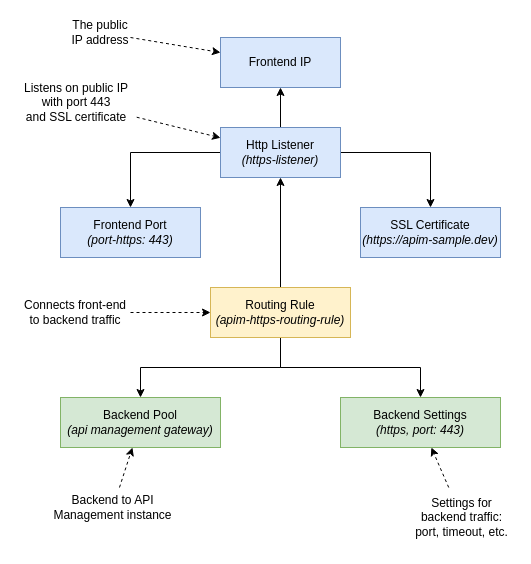
This is page "app-gateway-https-listener" (2 of 3) of static/images/apim-client-certificate-series/02-validate-client-certificate-in-apim-behind-agw/diagrams.drawio from ronaldbosma/blog, a draw.io file, before an edit. Source tidied: cells renumbered, new cells numbered last; positions are measured from the earlier drawing's top-left corner, leaving out a move shared by most shapes. Both pictures are drawn from the tidied source at 100%, with x=0, y=0 at pixel (16, 17).
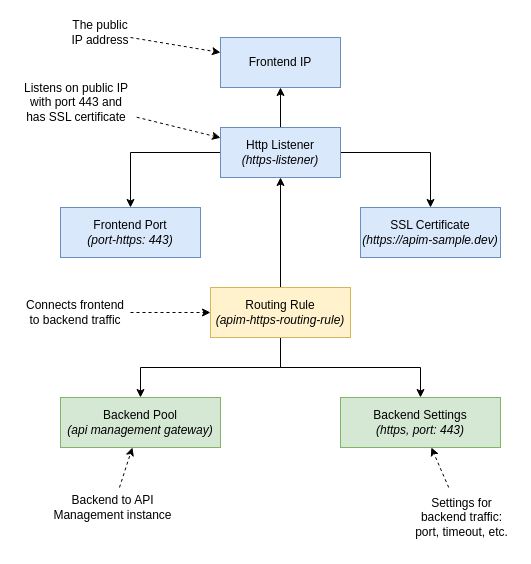
The same page after the edit.

Diff of the diagram source:
```diff
@@
-    <mxCell id="16" value="Listens on public IP with port 443 &lt;br&gt;and SSL certificate" style="text;html=1;strokeColor=none;fillColor=none;align=center;verticalAlign=middle;whiteSpace=wrap;rounded=0;" parent="1" vertex="1">
+    <mxCell id="16" value="Listens on public IP with port 443 and &lt;br&gt;has SSL certificate" style="text;html=1;strokeColor=none;fillColor=none;align=center;verticalAlign=middle;whiteSpace=wrap;rounded=0;" parent="1" vertex="1">
       <mxGeometry x="0.2" y="70" width="120" height="30" as="geometry" />
     </mxCell>
@@
-    <mxCell id="18" value="Connects front-end to backend traffic" style="text;html=1;strokeColor=none;fillColor=none;align=center;verticalAlign=middle;whiteSpace=wrap;rounded=0;" parent="1" vertex="1">
+    <mxCell id="18" value="Connects frontend to backend traffic" style="text;html=1;strokeColor=none;fillColor=none;align=center;verticalAlign=middle;whiteSpace=wrap;rounded=0;" parent="1" vertex="1">
       <mxGeometry x="4" y="280" width="110" height="30" as="geometry" />
     </mxCell>
```
